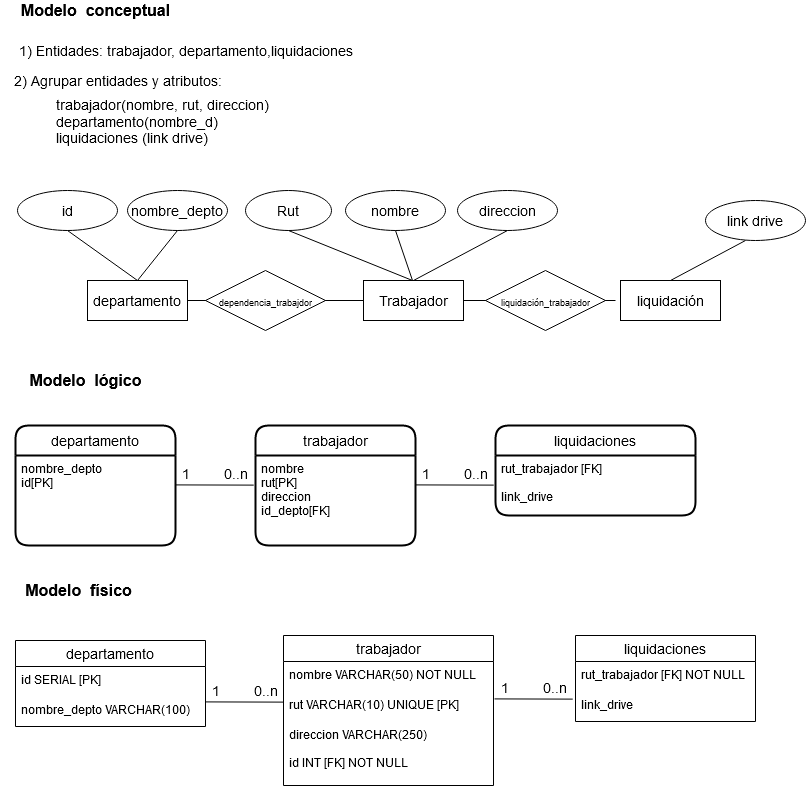
Above: Caso1_modelos.png in gilibethvega/modelamiento_de_datos (draw.io), before the change. Source tidied: cells renumbered, new cells last; positions are measured from the earlier drawing's top-left corner, leaving out a move shared by most shapes.
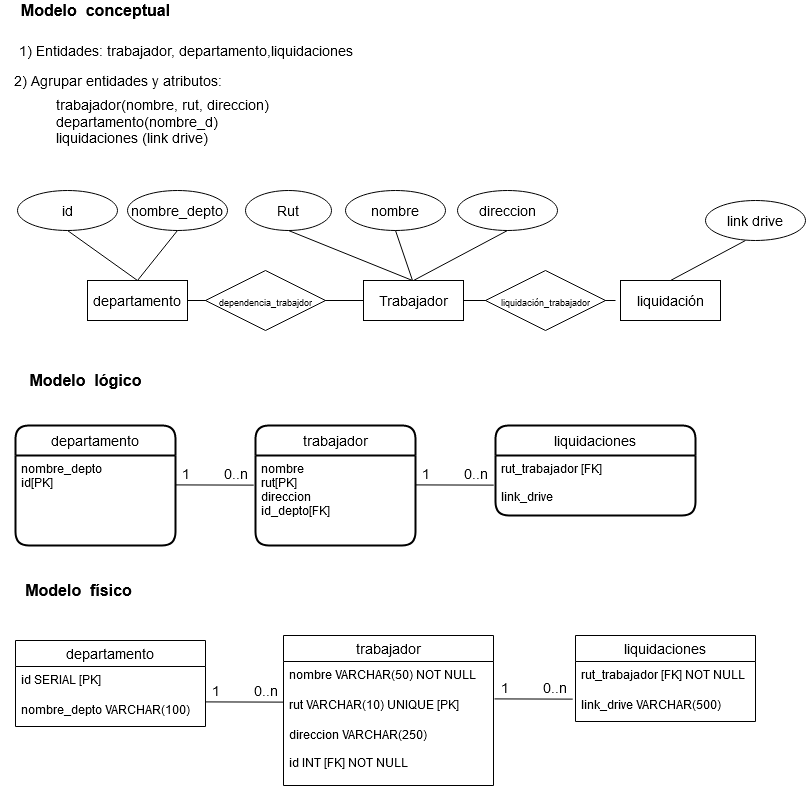
The same diagram one commit later.

What changed in the source:
```diff
@@ -111,7 +111,7 @@
     <mxCell id="34" value="rut_trabajador [FK] NOT NULL" style="text;strokeColor=none;fillColor=none;spacingLeft=4;spacingRight=4;overflow=hidden;fontSize=12;" parent="33" vertex="1">
       <mxGeometry y="26" width="180" height="30" as="geometry" />
     </mxCell>
-    <mxCell id="35" value="link_drive" style="text;strokeColor=none;fillColor=none;spacingLeft=4;spacingRight=4;overflow=hidden;fontSize=12;" parent="33" vertex="1">
+    <mxCell id="35" value="link_drive VARCHAR(500)" style="text;strokeColor=none;fillColor=none;spacingLeft=4;spacingRight=4;overflow=hidden;fontSize=12;" parent="33" vertex="1">
       <mxGeometry y="56" width="180" height="30" as="geometry" />
     </mxCell>
     <mxCell id="36" value="departamento" style="swimlane;fontStyle=0;horizontal=1;startSize=26;align=center;fontSize=14;" parent="1" vertex="1">
```
